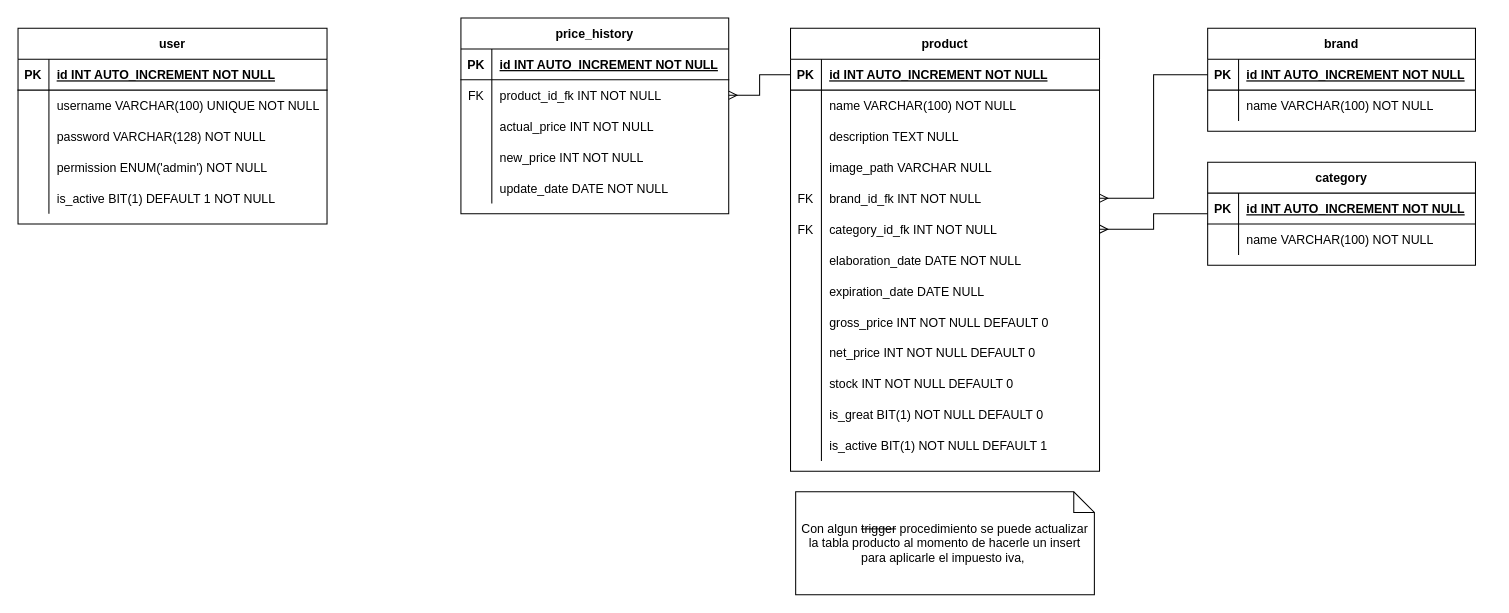
Earlier version of the draw.io diagram docs/stock_productos.drawio (TamVanum/SistemaUltraOp). Source tidied: cells renumbered, new cells numbered last; positions are measured from the earlier drawing's top-left corner, leaving out a move shared by most shapes. Both pictures are drawn from the tidied source at 103%, with x=0, y=0 at pixel (18, 18).
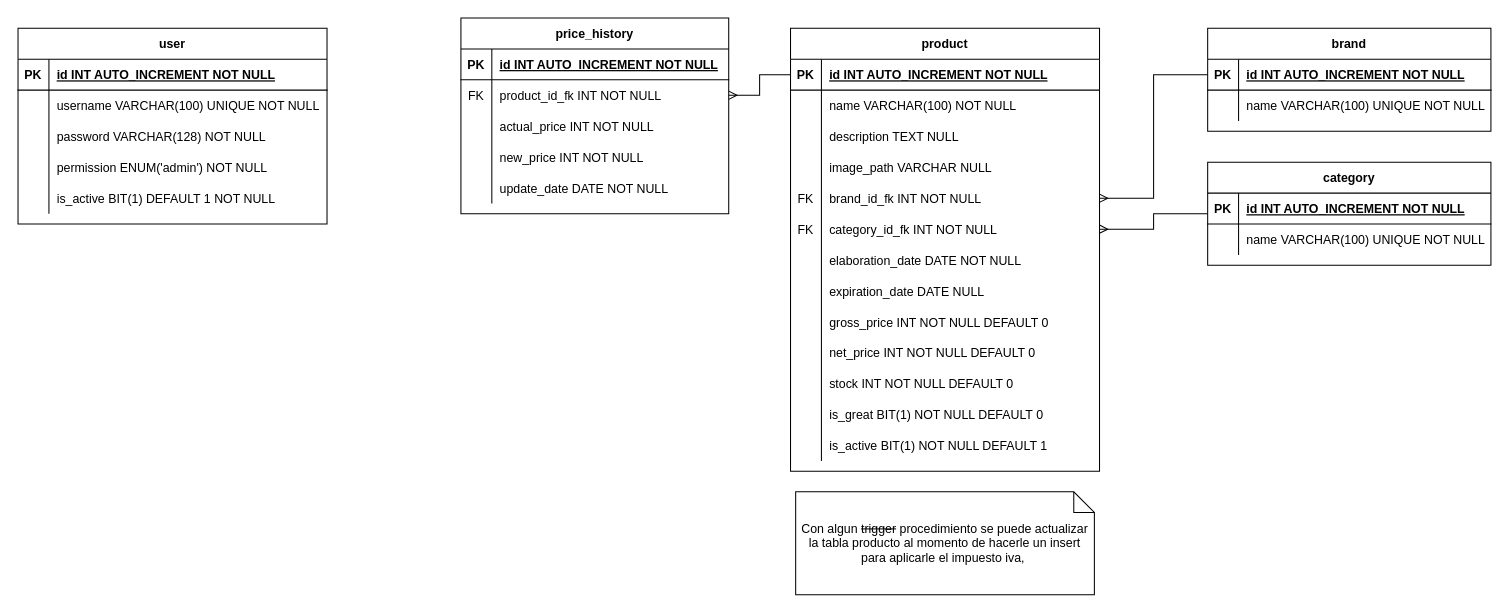
Above is the later version.

Commit message (it also covers changes not shown here):
Empezado el script sql de la bd

Diff of the diagram source:
```diff
@@
     <mxCell id="58" value="brand" style="shape=table;startSize=30;childLayout=tableLayout;rowLines=0;fontStyle=1;align=center;" parent="1" vertex="1">
-      <mxGeometry x="1155" y="10" width="260" height="100" as="geometry" />
+      <mxGeometry x="1155" y="10" width="275" height="100" as="geometry" />
     </mxCell>
     <mxCell id="59" style="shape=partialRectangle;fillColor=none;top=0;left=0;bottom=1;right=0;points=[[0,0.5],[1,0.5]];portConstraint=eastwest;" parent="58" vertex="1">
-      <mxGeometry y="30" width="260" height="30" as="geometry" />
+      <mxGeometry y="30" width="275" height="30" as="geometry" />
     </mxCell>
@@
     <mxCell id="61" value="id INT AUTO_INCREMENT NOT NULL" style="shape=partialRectangle;fillColor=none;top=0;left=0;bottom=0;right=0;align=left;spacingLeft=6;fontStyle=5;overflow=hidden;" parent="59" vertex="1">
-      <mxGeometry x="30" width="230" height="30" as="geometry" />
+      <mxGeometry x="30" width="245" height="30" as="geometry" />
     </mxCell>
     <mxCell id="62" style="shape=partialRectangle;fillColor=none;top=0;left=0;bottom=0;right=0;" parent="58" vertex="1">
-      <mxGeometry y="60" width="260" height="30" as="geometry" />
+      <mxGeometry y="60" width="275" height="30" as="geometry" />
     </mxCell>
@@
-    <mxCell id="64" value="name VARCHAR(100) NOT NULL" style="shape=partialRectangle;fillColor=none;top=0;left=0;bottom=0;right=0;align=left;spacingLeft=6;overflow=hidden;" parent="62" vertex="1">
-      <mxGeometry x="30" width="230" height="30" as="geometry" />
+    <mxCell id="64" value="name VARCHAR(100) UNIQUE NOT NULL" style="shape=partialRectangle;fillColor=none;top=0;left=0;bottom=0;right=0;align=left;spacingLeft=6;overflow=hidden;" parent="62" vertex="1">
+      <mxGeometry x="30" width="245" height="30" as="geometry" />
     </mxCell>
@@
     <mxCell id="67" value="category" style="shape=table;startSize=30;childLayout=tableLayout;rowLines=0;fontStyle=1;align=center;" parent="1" vertex="1">
-      <mxGeometry x="1155" y="140" width="260" height="100" as="geometry" />
+      <mxGeometry x="1155" y="140" width="275" height="100" as="geometry" />
     </mxCell>
     <mxCell id="68" style="shape=partialRectangle;fillColor=none;top=0;left=0;bottom=1;right=0;" parent="67" vertex="1">
-      <mxGeometry y="30" width="260" height="30" as="geometry" />
+      <mxGeometry y="30" width="275" height="30" as="geometry" />
     </mxCell>
@@
     <mxCell id="70" value="id INT AUTO_INCREMENT NOT NULL" style="shape=partialRectangle;fillColor=none;top=0;left=0;bottom=0;right=0;align=left;spacingLeft=6;fontStyle=5;overflow=hidden;" parent="68" vertex="1">
-      <mxGeometry x="30" width="230" height="30" as="geometry" />
+      <mxGeometry x="30" width="245" height="30" as="geometry" />
     </mxCell>
     <mxCell id="71" style="shape=partialRectangle;fillColor=none;top=0;left=0;bottom=0;right=0;" parent="67" vertex="1">
-      <mxGeometry y="60" width="260" height="30" as="geometry" />
+      <mxGeometry y="60" width="275" height="30" as="geometry" />
     </mxCell>
@@
-    <mxCell id="73" value="name VARCHAR(100) NOT NULL" style="shape=partialRectangle;fillColor=none;top=0;left=0;bottom=0;right=0;align=left;spacingLeft=6;overflow=hidden;" parent="71" vertex="1">
-      <mxGeometry x="30" width="230" height="30" as="geometry" />
+    <mxCell id="73" value="name VARCHAR(100) UNIQUE NOT NULL" style="shape=partialRectangle;fillColor=none;top=0;left=0;bottom=0;right=0;align=left;spacingLeft=6;overflow=hidden;" parent="71" vertex="1">
+      <mxGeometry x="30" width="245" height="30" as="geometry" />
     </mxCell>
```
